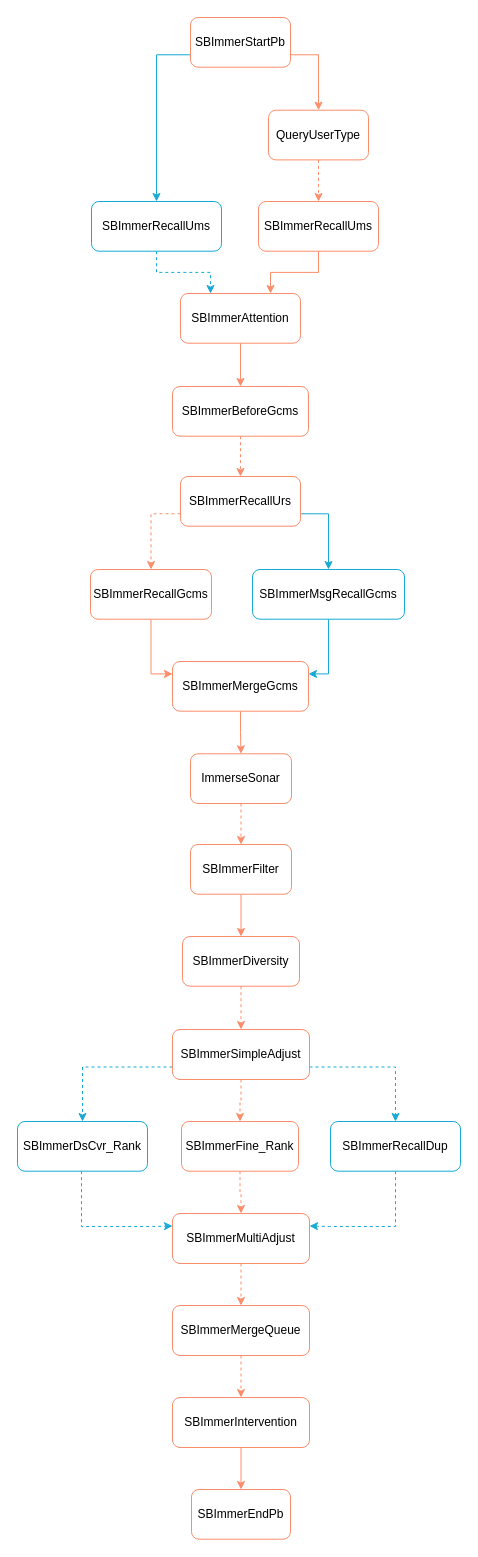
This is immer.drawio from snorlaxse/draw.io, a draw.io file, before an edit. Source tidied: cells renumbered, new cells numbered last; positions are measured from the earlier drawing's top-left corner, leaving out a move shared by most shapes. Both pictures are drawn from the tidied source at 100%, with x=0, y=0 at pixel (17, 17).
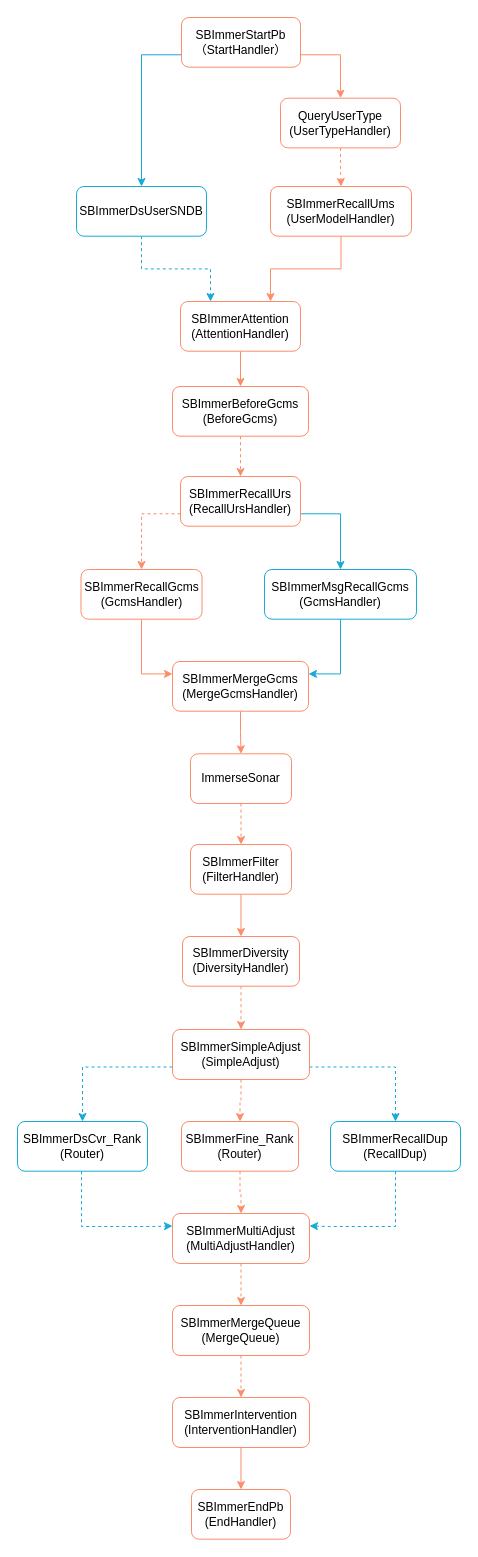
The same diagram, later.

Change to the diagram source:
```diff
@@
-    <mxCell id="4" value="SBImmerStartPb" style="rounded=1;whiteSpace=wrap;html=1;strokeColor=#FC8D6A;" parent="1" vertex="1">
-      <mxGeometry x="173" width="100" height="49.7" as="geometry" />
+    <mxCell id="4" value="&lt;font style=&quot;font-size: 12px;&quot;&gt;SBImmerStartPb&lt;/font&gt;&lt;div style=&quot;&quot;&gt;&lt;font style=&quot;font-size: 12px;&quot;&gt;（StartHandler）&lt;/font&gt;&lt;br&gt;&lt;/div&gt;" style="rounded=1;whiteSpace=wrap;html=1;strokeColor=#FC8D6A;" parent="1" vertex="1">
+      <mxGeometry x="164" width="119" height="49.7" as="geometry" />
     </mxCell>
@@
-    <mxCell id="6" value="QueryUserType" style="rounded=1;whiteSpace=wrap;html=1;strokeColor=#FC8D6A;" parent="1" vertex="1">
-      <mxGeometry x="251" y="92.7" width="100" height="49.7" as="geometry" />
+    <mxCell id="6" value="QueryUserType&lt;div&gt;(UserTypeHandler)&lt;br&gt;&lt;/div&gt;" style="rounded=1;whiteSpace=wrap;html=1;strokeColor=#FC8D6A;" parent="1" vertex="1">
+      <mxGeometry x="263" y="80.7" width="120" height="49.7" as="geometry" />
     </mxCell>
@@
-    <mxCell id="8" value="SBImmerRecallUms" style="rounded=1;whiteSpace=wrap;html=1;strokeColor=#FC8D6A;" parent="1" vertex="1">
-      <mxGeometry x="241" y="184" width="120" height="49.7" as="geometry" />
+    <mxCell id="8" value="SBImmerRecallUms&lt;div&gt;(UserModelHandler)&lt;br&gt;&lt;/div&gt;" style="rounded=1;whiteSpace=wrap;html=1;strokeColor=#FC8D6A;" parent="1" vertex="1">
+      <mxGeometry x="253" y="169" width="141" height="49.7" as="geometry" />
     </mxCell>
@@
-    <mxCell id="10" value="SBImmerAttention" style="rounded=1;whiteSpace=wrap;html=1;strokeColor=#FC8D6A;" parent="1" vertex="1">
-      <mxGeometry x="163" y="276" width="120" height="49.7" as="geometry" />
+    <mxCell id="10" value="SBImmerAttention&lt;div&gt;(AttentionHandler)&lt;br&gt;&lt;/div&gt;" style="rounded=1;whiteSpace=wrap;html=1;strokeColor=#FC8D6A;" parent="1" vertex="1">
+      <mxGeometry x="163" y="284" width="120" height="49.7" as="geometry" />
     </mxCell>
@@
-    <mxCell id="12" value="SBImmerBeforeGcms" style="rounded=1;whiteSpace=wrap;html=1;strokeColor=#FC8D6A;" parent="1" vertex="1">
+    <mxCell id="12" value="SBImmerBeforeGcms&lt;div&gt;(BeforeGcms)&lt;br&gt;&lt;/div&gt;" style="rounded=1;whiteSpace=wrap;html=1;strokeColor=#FC8D6A;" parent="1" vertex="1">
       <mxGeometry x="155" y="369" width="136" height="49.7" as="geometry" />
     </mxCell>
@@
-    <mxCell id="16" value="SBImmerRecallUrs" style="rounded=1;whiteSpace=wrap;html=1;strokeColor=#FC8D6A;" parent="1" vertex="1">
+    <mxCell id="16" value="SBImmerRecallUrs&lt;div&gt;(RecallUrsHandler)&lt;br&gt;&lt;/div&gt;" style="rounded=1;whiteSpace=wrap;html=1;strokeColor=#FC8D6A;" parent="1" vertex="1">
       <mxGeometry x="163" y="459" width="120" height="49.7" as="geometry" />
     </mxCell>
-    <mxCell id="17" value="SBImmerRecallGcms" style="rounded=1;whiteSpace=wrap;html=1;strokeColor=#FC8D6A;" parent="1" vertex="1">
-      <mxGeometry x="73" y="552" width="121" height="49.7" as="geometry" />
+    <mxCell id="17" value="SBImmerRecallGcms&lt;div&gt;(GcmsHandler)&lt;br&gt;&lt;/div&gt;" style="rounded=1;whiteSpace=wrap;html=1;strokeColor=#FC8D6A;" parent="1" vertex="1">
+      <mxGeometry x="63.5" y="552" width="121" height="49.7" as="geometry" />
     </mxCell>
@@
-    <mxCell id="19" value="SBImmerMergeGcms" style="rounded=1;whiteSpace=wrap;html=1;strokeColor=#FC8D6A;" parent="1" vertex="1">
+    <mxCell id="19" value="SBImmerMergeGcms&lt;div&gt;(MergeGcmsHandler)&lt;br&gt;&lt;/div&gt;" style="rounded=1;whiteSpace=wrap;html=1;strokeColor=#FC8D6A;" parent="1" vertex="1">
       <mxGeometry x="155" y="644" width="136" height="49.7" as="geometry" />
     </mxCell>
@@
-    <mxCell id="23" value="SBImmerFilter" style="rounded=1;whiteSpace=wrap;html=1;strokeColor=#FC8D6A;" parent="1" vertex="1">
+    <mxCell id="23" value="SBImmerFilter&lt;div&gt;(FilterHandler)&lt;br&gt;&lt;/div&gt;" style="rounded=1;whiteSpace=wrap;html=1;strokeColor=#FC8D6A;" parent="1" vertex="1">
       <mxGeometry x="173" y="827" width="101" height="49.7" as="geometry" />
     </mxCell>
@@
-    <mxCell id="25" value="SBImmerDiversity" style="rounded=1;whiteSpace=wrap;html=1;strokeColor=#FC8D6A;" parent="1" vertex="1">
+    <mxCell id="25" value="SBImmerDiversity&lt;div style=&quot;line-height: 140%;&quot;&gt;(DiversityHandler)&lt;br&gt;&lt;/div&gt;" style="rounded=1;whiteSpace=wrap;html=1;strokeColor=#FC8D6A;" parent="1" vertex="1">
       <mxGeometry x="165" y="919" width="117" height="49.7" as="geometry" />
     </mxCell>
@@
-    <mxCell id="30" value="SBImmerFine_Rank" style="rounded=1;whiteSpace=wrap;html=1;strokeColor=#FC8D6A;" parent="1" vertex="1">
+    <mxCell id="30" value="SBImmerFine_Rank&lt;div&gt;(Router)&lt;br&gt;&lt;/div&gt;" style="rounded=1;whiteSpace=wrap;html=1;strokeColor=#FC8D6A;" parent="1" vertex="1">
       <mxGeometry x="164" y="1104" width="117" height="49.7" as="geometry" />
     </mxCell>
@@
-    <mxCell id="32" value="SBImmerSimpleAdjust" style="rounded=1;whiteSpace=wrap;html=1;strokeColor=#FC8D6A;" parent="1" vertex="1">
+    <mxCell id="32" value="SBImmerSimpleAdjust&lt;div&gt;(SimpleAdjust)&lt;br&gt;&lt;/div&gt;" style="rounded=1;whiteSpace=wrap;html=1;strokeColor=#FC8D6A;" parent="1" vertex="1">
       <mxGeometry x="155" y="1012" width="137" height="50" as="geometry" />
     </mxCell>
-    <mxCell id="33" value="SBImmerMultiAdjust" style="rounded=1;whiteSpace=wrap;html=1;strokeColor=#FC8D6A;" parent="1" vertex="1">
+    <mxCell id="33" value="SBImmerMultiAdjust&lt;div&gt;(MultiAdjustHandler)&lt;br&gt;&lt;/div&gt;" style="rounded=1;whiteSpace=wrap;html=1;strokeColor=#FC8D6A;" parent="1" vertex="1">
       <mxGeometry x="155" y="1196" width="137" height="50" as="geometry" />
     </mxCell>
@@
-    <mxCell id="35" value="SBImmerMergeQueue" style="rounded=1;whiteSpace=wrap;html=1;strokeColor=#FC8D6A;" parent="1" vertex="1">
+    <mxCell id="35" value="SBImmerMergeQueue&lt;div&gt;(MergeQueue)&lt;br&gt;&lt;/div&gt;" style="rounded=1;whiteSpace=wrap;html=1;strokeColor=#FC8D6A;" parent="1" vertex="1">
       <mxGeometry x="155" y="1288" width="137" height="50" as="geometry" />
     </mxCell>
@@
-    <mxCell id="37" value="SBImmerIntervention" style="rounded=1;whiteSpace=wrap;html=1;strokeColor=#FC8D6A;" parent="1" vertex="1">
+    <mxCell id="37" value="SBImmerIntervention&lt;div&gt;(InterventionHandler)&lt;br&gt;&lt;/div&gt;" style="rounded=1;whiteSpace=wrap;html=1;strokeColor=#FC8D6A;" parent="1" vertex="1">
       <mxGeometry x="155" y="1380" width="137" height="50" as="geometry" />
     </mxCell>
-    <mxCell id="38" value="SBImmerEndPb" style="rounded=1;whiteSpace=wrap;html=1;strokeColor=#FC8D6A;" parent="1" vertex="1">
+    <mxCell id="38" value="SBImmerEndPb&lt;div&gt;(EndHandler)&lt;br&gt;&lt;/div&gt;" style="rounded=1;whiteSpace=wrap;html=1;strokeColor=#FC8D6A;" parent="1" vertex="1">
       <mxGeometry x="174" y="1472" width="99" height="49.7" as="geometry" />
     </mxCell>
@@
-    <mxCell id="40" value="SBImmerRecallUms" style="rounded=1;whiteSpace=wrap;html=1;strokeColor=#17AAD5;" parent="1" vertex="1">
-      <mxGeometry x="74" y="184" width="130" height="49.7" as="geometry" />
+    <mxCell id="40" value="SBImmerDsUserSNDB" style="rounded=1;whiteSpace=wrap;html=1;strokeColor=#17AAD5;" parent="1" vertex="1">
+      <mxGeometry x="59" y="169" width="130" height="49.7" as="geometry" />
     </mxCell>
@@
-    <mxCell id="42" value="SBImmerMsgRecallGcms" style="rounded=1;whiteSpace=wrap;html=1;strokeColor=#17AAD5;" parent="1" vertex="1">
-      <mxGeometry x="235" y="552" width="152" height="49.7" as="geometry" />
+    <mxCell id="42" value="SBImmerMsgRecallGcms&lt;div&gt;(GcmsHandler)&lt;br&gt;&lt;/div&gt;" style="rounded=1;whiteSpace=wrap;html=1;strokeColor=#17AAD5;" parent="1" vertex="1">
+      <mxGeometry x="247" y="552" width="152" height="49.7" as="geometry" />
     </mxCell>
@@
-    <mxCell id="44" value="SBImmerDsCvr_Rank" style="rounded=1;whiteSpace=wrap;html=1;strokeColor=#17AAD5;" parent="1" vertex="1">
+    <mxCell id="44" value="SBImmerDsCvr_Rank&lt;div&gt;(Router)&lt;br&gt;&lt;/div&gt;" style="rounded=1;whiteSpace=wrap;html=1;strokeColor=#17AAD5;" parent="1" vertex="1">
       <mxGeometry y="1104" width="130" height="49.7" as="geometry" />
     </mxCell>
@@
-    <mxCell id="46" value="SBImmerRecallDup" style="rounded=1;whiteSpace=wrap;html=1;strokeColor=#17AAD5;" parent="1" vertex="1">
+    <mxCell id="46" value="SBImmerRecallDup&lt;div&gt;(RecallDup)&lt;br&gt;&lt;/div&gt;" style="rounded=1;whiteSpace=wrap;html=1;strokeColor=#17AAD5;" parent="1" vertex="1">
       <mxGeometry x="313" y="1104" width="130" height="49.7" as="geometry" />
     </mxCell>
```
